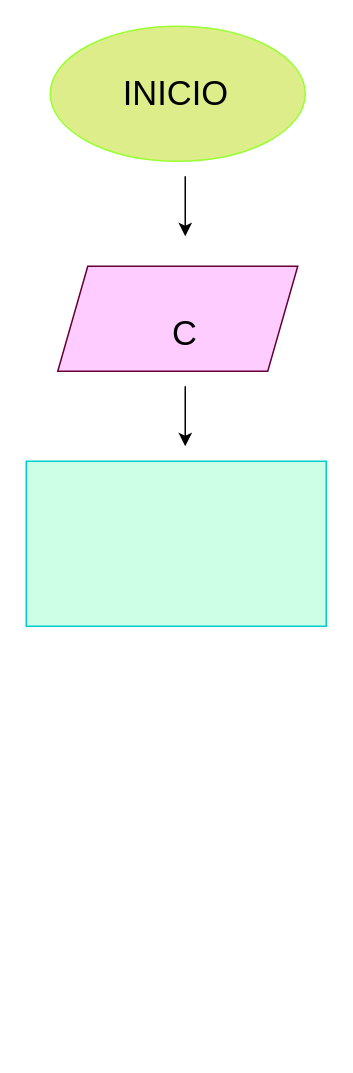
Before: diagrama.drawio in lizethayalaa/conversor_temperatura, a draw.io diagram. Source tidied: cells renumbered, new cells numbered last; positions are measured from the earlier drawing's top-left corner, leaving out a move shared by most shapes. Both pictures are drawn from the tidied source at 150%, with x=0, y=0 at pixel (26, 26).
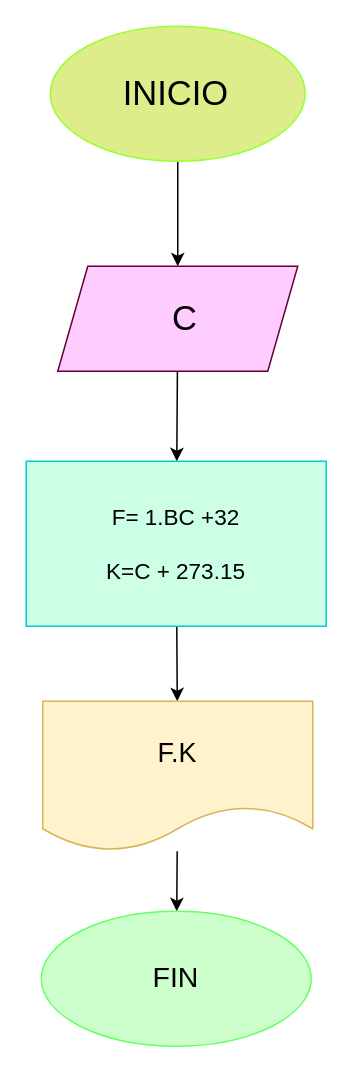
The same diagram, later.

The edit, as a diff of the source:
```diff
@@
 <mxGraphModel>
   <root>
     <mxCell id="0" />
     <mxCell id="1" parent="0" />
+    <mxCell id="9" style="edgeStyle=none;html=1;fontSize=15;fontColor=#000000;entryX=0.5;entryY=0;entryDx=0;entryDy=0;" parent="1" edge="1" source="2" target="4">
+      <mxGeometry relative="1" as="geometry" />
+    </mxCell>
     <mxCell id="2" style="ellipse;whiteSpace=wrap;html=1;fillColor=#DDED8A;strokeColor=#99FF33;" parent="1" vertex="1">
       <mxGeometry x="16" width="170" height="90" as="geometry" />
     </mxCell>
-    <mxCell id="3" style="endArrow=classic;html=1;" parent="1" edge="1">
-      <mxGeometry relative="1" as="geometry">
-        <mxPoint x="106" y="100" as="sourcePoint" />
-        <mxPoint x="106" y="140" as="targetPoint" />
-      </mxGeometry>
-    </mxCell>
+    <mxCell id="10" style="edgeStyle=none;html=1;fontSize=15;fontColor=#000000;" parent="1" edge="1" source="4" target="5">
+      <mxGeometry relative="1" as="geometry" />
+    </mxCell>
     <mxCell id="4" style="shape=parallelogram;perimeter=parallelogramPerimeter;whiteSpace=wrap;html=1;fixedSize=1;strokeColor=#660033;fillColor=#FFCCFF;" parent="1" vertex="1">
       <mxGeometry x="21" y="160" width="160" height="70" as="geometry" />
     </mxCell>
+    <mxCell id="11" style="edgeStyle=none;html=1;fontSize=15;fontColor=#000000;" parent="1" edge="1" source="5" target="13">
+      <mxGeometry relative="1" as="geometry" />
+    </mxCell>
-    <mxCell id="5" style="rounded=0;whiteSpace=wrap;html=1;strokeColor=#00CCCC;fillColor=#CCFFE6;" parent="1" vertex="1">
+    <mxCell id="5" value="&lt;font style=&quot;font-size: 15px;&quot; color=&quot;#000000&quot;&gt;F= 1.BC +32&lt;br&gt;&lt;br&gt;K=C + 273.15&lt;br&gt;&lt;/font&gt;" style="rounded=0;whiteSpace=wrap;html=1;strokeColor=#00CCCC;fillColor=#CCFFE6;" parent="1" vertex="1">
       <mxGeometry y="290" width="200" height="110" as="geometry" />
     </mxCell>
-    <mxCell id="6" style="endArrow=classic;html=1;" parent="1" edge="1">
-      <mxGeometry relative="1" as="geometry">
-        <mxPoint x="106" y="240" as="sourcePoint" />
-        <mxPoint x="106" y="280" as="targetPoint" />
-      </mxGeometry>
-    </mxCell>
     <mxCell id="7" value="&lt;font style=&quot;font-size: 23px;&quot; color=&quot;#000000&quot;&gt;C&lt;/font&gt;" style="text;strokeColor=none;align=center;fillColor=none;html=1;verticalAlign=middle;whiteSpace=wrap;rounded=0;" parent="1" vertex="1">
-      <mxGeometry x="76" y="190" width="60" height="30" as="geometry" />
+      <mxGeometry x="76" y="180" width="60" height="30" as="geometry" />
     </mxCell>
     <mxCell id="8" value="INICIO" style="text;strokeColor=none;align=center;fillColor=none;html=1;verticalAlign=middle;whiteSpace=wrap;rounded=0;fontSize=23;fontColor=#000000;" parent="1" vertex="1">
       <mxGeometry x="70" y="30" width="60" height="30" as="geometry" />
     </mxCell>
+    <mxCell id="12" style="edgeStyle=none;html=1;fontSize=15;fontColor=#000000;" parent="1" edge="1" source="13" target="14">
+      <mxGeometry relative="1" as="geometry" />
+    </mxCell>
+    <mxCell id="13" value="&lt;font style=&quot;font-size: 18px;&quot; color=&quot;#000000&quot;&gt;F.K&lt;/font&gt;" style="shape=document;whiteSpace=wrap;html=1;boundedLbl=1;fontSize=15;fillColor=#fff2cc;strokeColor=#d6b656;" parent="1" vertex="1">
+      <mxGeometry x="11" y="450" width="180" height="100" as="geometry" />
+    </mxCell>
+    <mxCell id="14" value="&lt;font style=&quot;font-size: 19px;&quot; color=&quot;#000000&quot;&gt;FIN&lt;/font&gt;" style="ellipse;whiteSpace=wrap;html=1;fontSize=15;fillColor=#CCFFCC;strokeColor=#66FF66;" parent="1" vertex="1">
+      <mxGeometry x="10" y="590" width="180" height="90" as="geometry" />
+    </mxCell>
   </root>
 </mxGraphModel>
```
